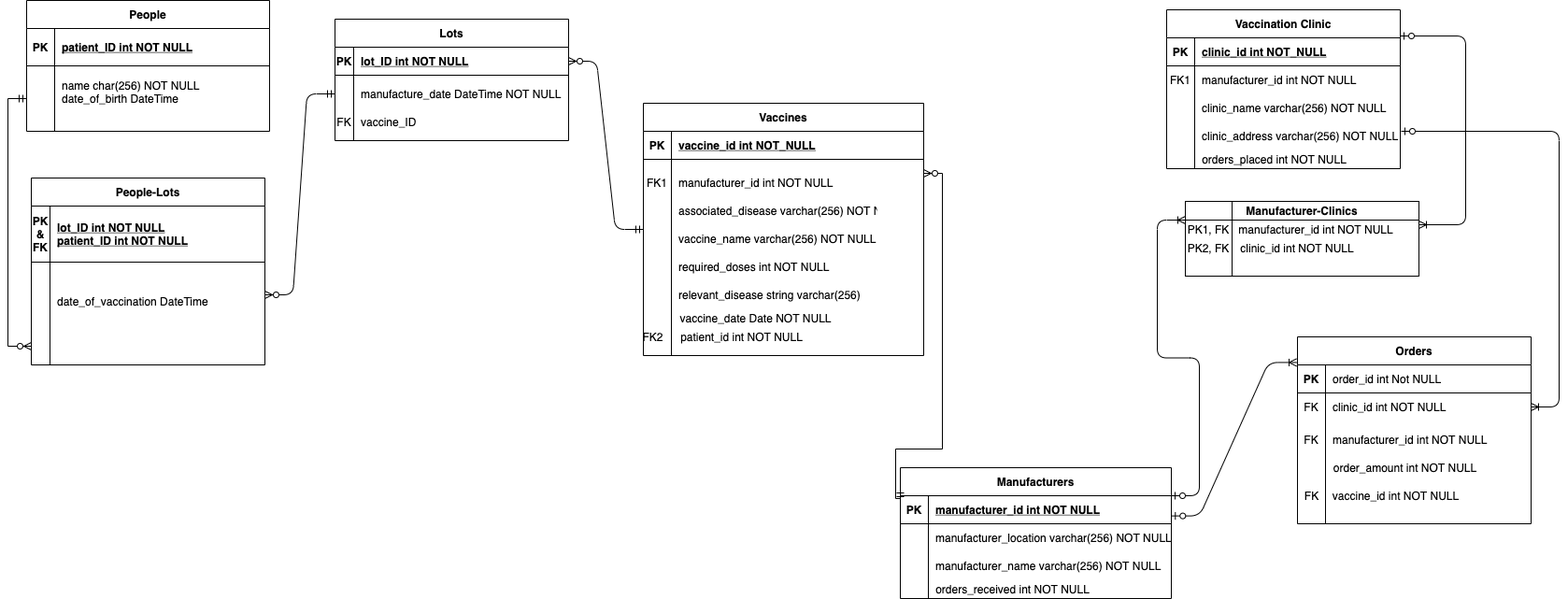
Before: Documentation_And_Diagrams/Combined_ER_DIagram.png, a diagram exported from draw.io (MaxBielstein/Health-Department-SOFT161). Source tidied: cells renumbered, new cells last; positions are measured from the earlier drawing's top-left corner, leaving out a move shared by most shapes.
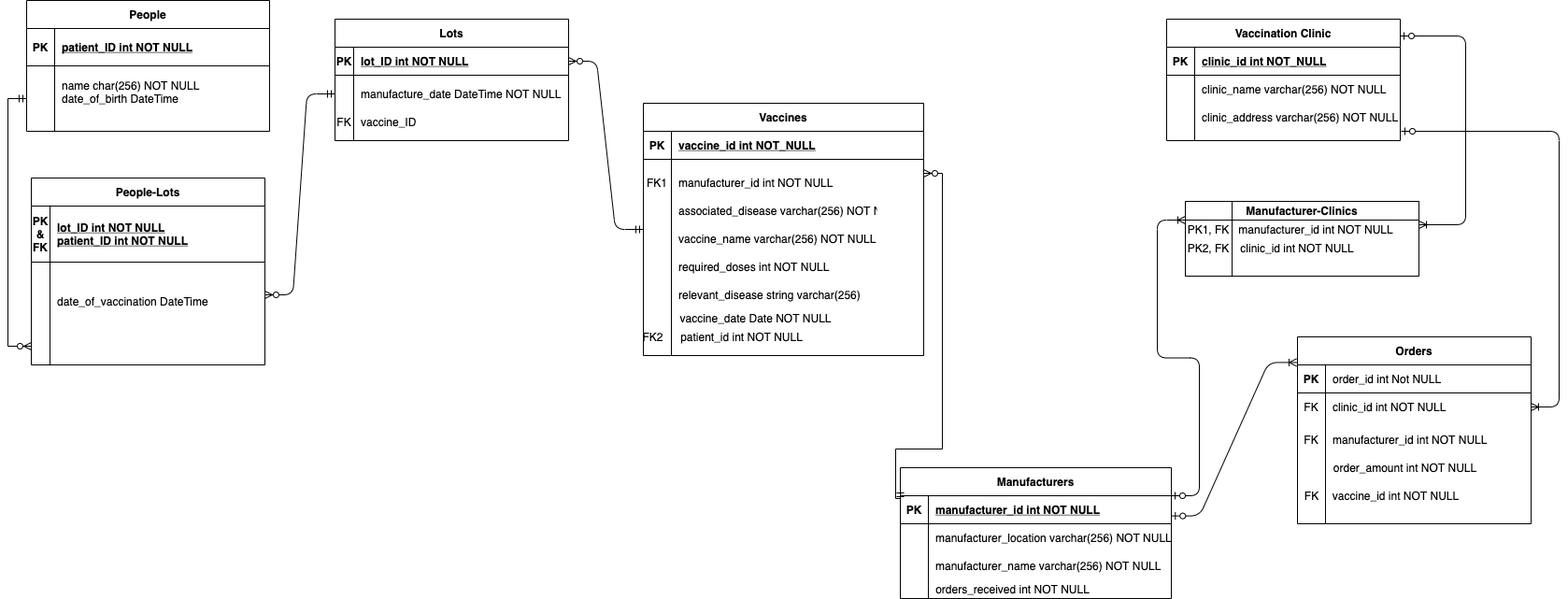
After the change.

Commit message:
Updated Combined_ER_DIagram.png to match actual database.

The edit, as a diff of the source:
```diff
@@ -93,7 +93,7 @@
       <mxGeometry relative="1" as="geometry" />
     </mxCell>
     <mxCell id="32" value="Vaccination Clinic" style="shape=table;startSize=30;rowLines=0;fontStyle=1;align=center;" parent="1" vertex="1">
-      <mxGeometry x="1220" y="10" width="250" height="170" as="geometry" />
+      <mxGeometry x="1220" y="20" width="250" height="130" as="geometry" />
     </mxCell>
     <mxCell id="33" style="shape=partialRectangle;fillColor=none;top=0;left=0;right=0;bottom=1;" parent="32" vertex="1">
       <mxGeometry y="30" width="250" height="30" as="geometry" />
@@ -104,24 +104,24 @@
     <mxCell id="35" value="clinic_id int NOT_NULL" style="shape=partialRectangle;overflow=hidden;fillColor=none;top=0;left=0;bottom=0;right=0;align=left;spacingLeft=6;fontStyle=5;" parent="33" vertex="1">
       <mxGeometry x="30" width="220" height="30" as="geometry" />
     </mxCell>
+    <mxCell id="39" style="shape=partialRectangle;fillColor=none;top=0;left=0;right=0;bottom=0;" parent="32" vertex="1">
+      <mxGeometry y="60" width="250" height="30" as="geometry" />
+    </mxCell>
+    <mxCell id="40" style="shape=partialRectangle;overflow=hidden;fillColor=none;top=0;left=0;bottom=0;right=0;" parent="39" vertex="1">
+      <mxGeometry width="30" height="30" as="geometry" />
+    </mxCell>
+    <mxCell id="41" value="clinic_name varchar(256) NOT NULL" style="shape=partialRectangle;overflow=hidden;fillColor=none;top=0;left=0;bottom=0;right=0;align=left;spacingLeft=6;" parent="39" vertex="1">
+      <mxGeometry x="30" width="220" height="30" as="geometry" />
+    </mxCell>
     <mxCell id="36" style="shape=partialRectangle;fillColor=none;top=0;left=0;right=0;bottom=0;" parent="32" vertex="1">
-      <mxGeometry y="60" width="250" height="30" as="geometry" />
+      <mxGeometry y="90" width="250" height="30" as="geometry" />
     </mxCell>
-    <mxCell id="37" value="FK1" style="shape=partialRectangle;overflow=hidden;fillColor=none;top=0;left=0;bottom=0;right=0;" parent="36" vertex="1">
+    <mxCell id="37" style="shape=partialRectangle;overflow=hidden;fillColor=none;top=0;left=0;bottom=0;right=0;" parent="36" vertex="1">
       <mxGeometry width="30" height="30" as="geometry" />
     </mxCell>
-    <mxCell id="38" value="manufacturer_id int NOT NULL" style="shape=partialRectangle;overflow=hidden;fillColor=none;top=0;left=0;bottom=0;right=0;align=left;spacingLeft=6;" parent="36" vertex="1">
+    <mxCell id="38" style="shape=partialRectangle;overflow=hidden;fillColor=none;top=0;left=0;bottom=0;right=0;align=left;spacingLeft=6;" parent="36" vertex="1">
       <mxGeometry x="30" width="220" height="30" as="geometry" />
     </mxCell>
-    <mxCell id="39" style="shape=partialRectangle;fillColor=none;top=0;left=0;right=0;bottom=0;" parent="32" vertex="1">
-      <mxGeometry y="90" width="250" height="30" as="geometry" />
-    </mxCell>
-    <mxCell id="40" style="shape=partialRectangle;overflow=hidden;fillColor=none;top=0;left=0;bottom=0;right=0;" parent="39" vertex="1">
-      <mxGeometry width="30" height="30" as="geometry" />
-    </mxCell>
-    <mxCell id="41" value="clinic_name varchar(256) NOT NULL" style="shape=partialRectangle;overflow=hidden;fillColor=none;top=0;left=0;bottom=0;right=0;align=left;spacingLeft=6;" parent="39" vertex="1">
-      <mxGeometry x="30" width="220" height="30" as="geometry" />
-    </mxCell>
     <mxCell id="42" value="Manufacturers" style="shape=table;startSize=30;rowLines=0;fontStyle=1;align=center;" parent="1" vertex="1">
       <mxGeometry x="935" y="500" width="290" height="140" as="geometry" />
     </mxCell>
@@ -183,7 +183,7 @@
       <mxGeometry x="690" y="270" width="220" height="30" as="geometry" />
     </mxCell>
     <mxCell id="62" value="clinic_address varchar(256) NOT NULL" style="shape=partialRectangle;overflow=hidden;fillColor=none;top=0;left=0;bottom=0;right=0;align=left;spacingLeft=6;" parent="1" vertex="1">
-      <mxGeometry x="1250" y="130" width="220" height="30" as="geometry" />
+      <mxGeometry x="1250" y="110" width="220" height="30" as="geometry" />
     </mxCell>
     <mxCell id="63" style="edgeStyle=orthogonalEdgeStyle;rounded=0;jettySize=auto;html=1;exitX=1;exitY=0.5;exitDx=0;exitDy=0;entryX=0;entryY=0.25;entryDx=0;entryDy=0;endArrow=ERmandOne;endFill=0;startArrow=ERzeroToMany;startFill=1;" parent="1" edge="1" source="56" target="42">
       <mxGeometry relative="1" as="geometry">
@@ -282,9 +282,6 @@
     <mxCell id="89" value="manufacturer_id int NOT NULL" style="shape=partialRectangle;overflow=hidden;fillColor=none;top=0;left=0;bottom=0;right=0;align=left;spacingLeft=6;" parent="87" vertex="1">
       <mxGeometry x="30" width="220" height="40" as="geometry" />
     </mxCell>
-    <mxCell id="90" value="orders_placed int NOT NULL" style="text;html=1;align=center;verticalAlign=middle;" parent="1" vertex="1">
-      <mxGeometry x="1250" y="160" width="170" height="20" as="geometry" />
-    </mxCell>
     <mxCell id="91" value="orders_received int NOT NULL" style="text;html=1;align=center;verticalAlign=middle;" parent="1" vertex="1">
       <mxGeometry x="965" y="620" width="180" height="20" as="geometry" />
     </mxCell>
```
